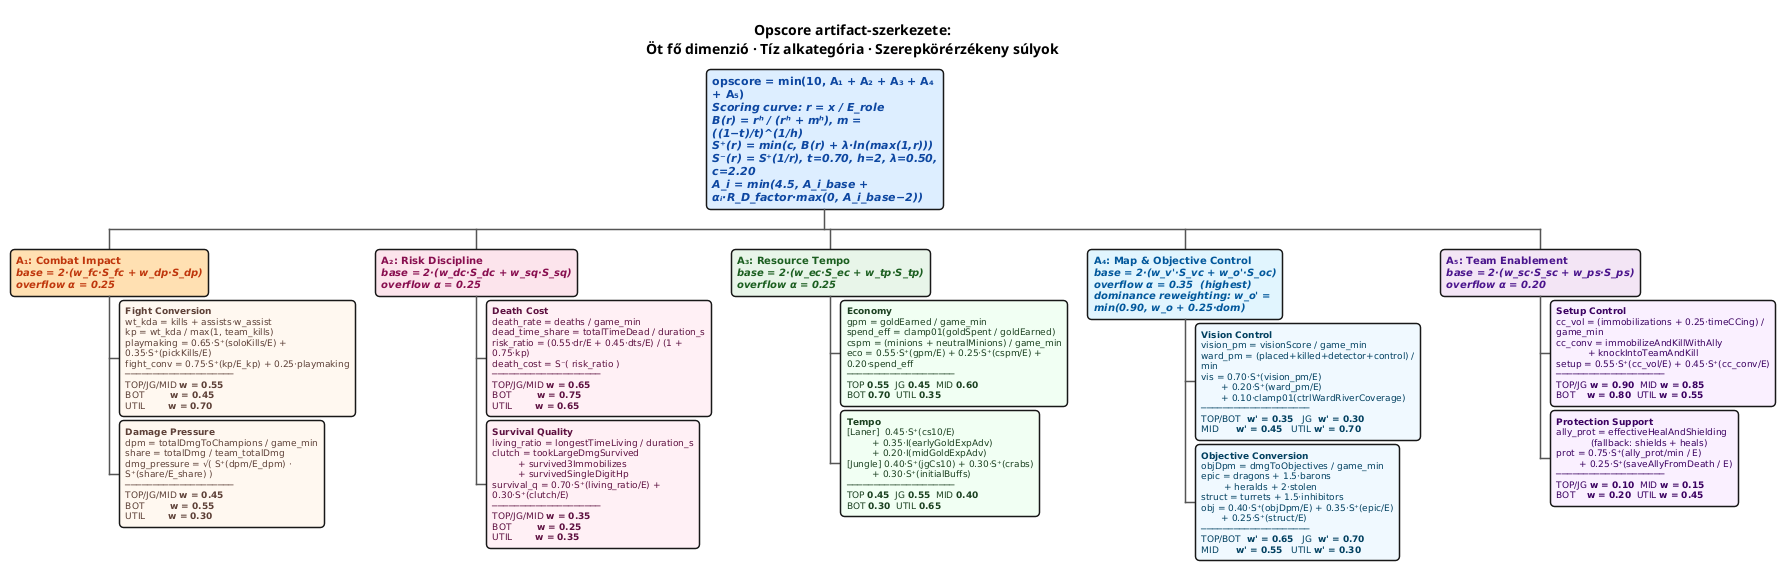
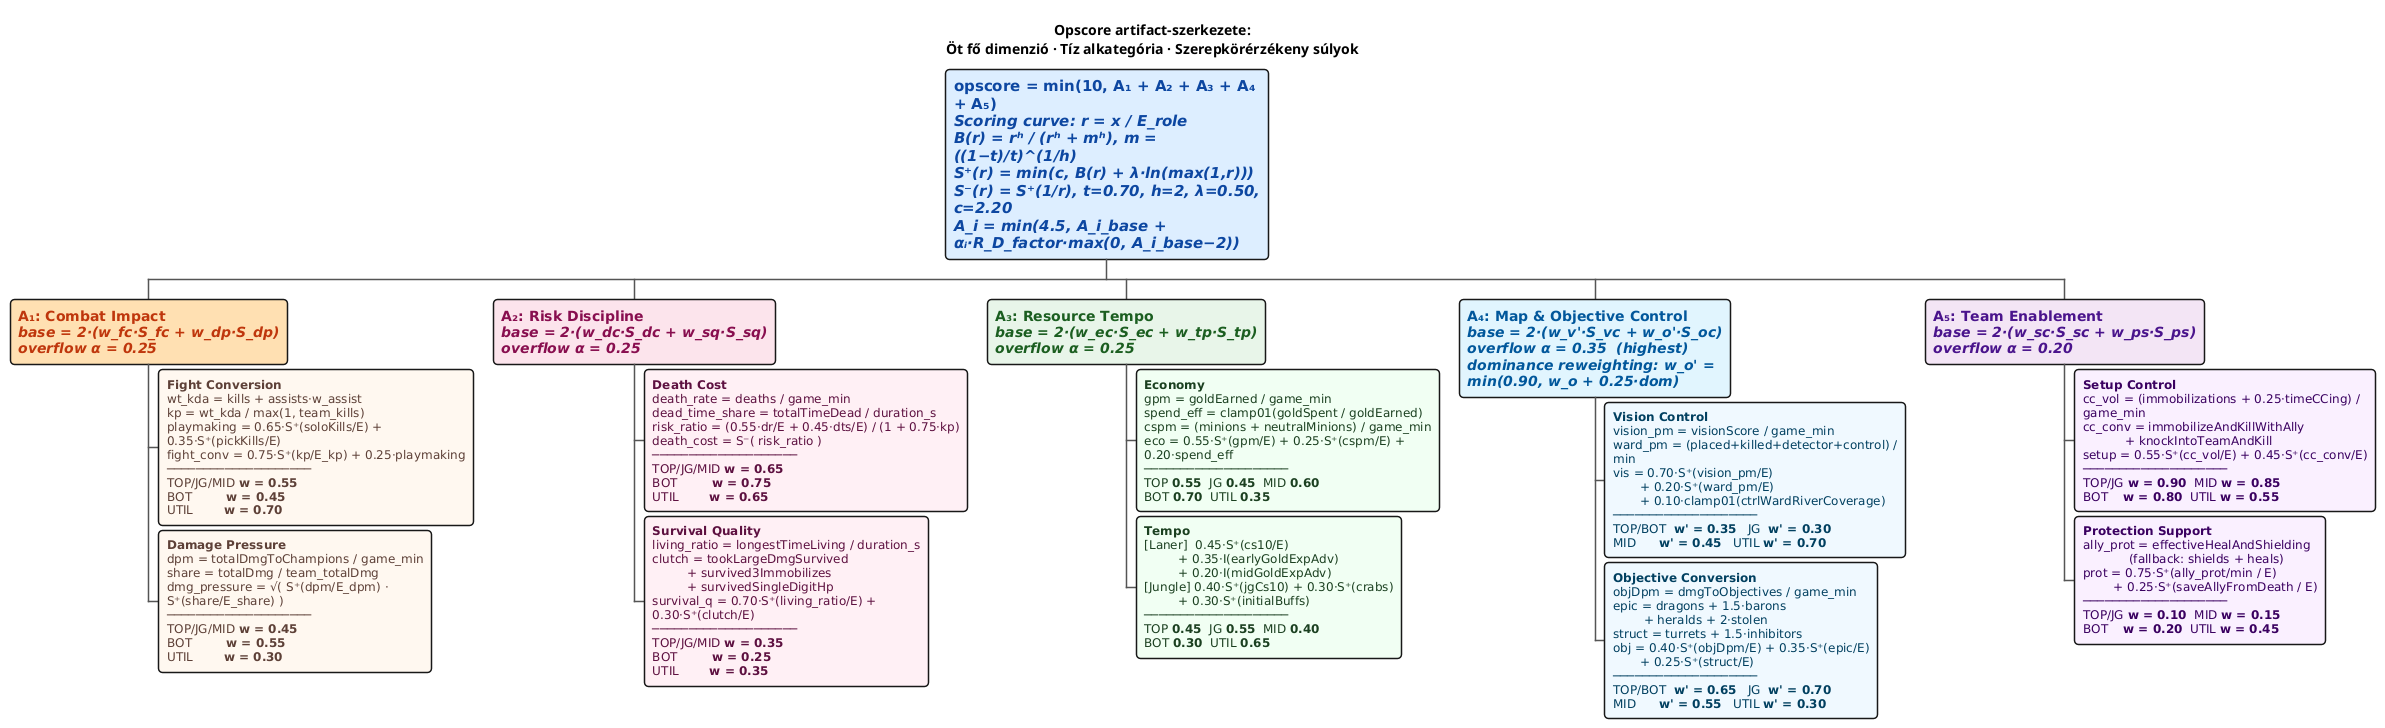
@startwbs
<style>
wbsDiagram {
  node {
    FontName "DejaVu Sans"
-     FontSize 10
-     Padding 6
-     Margin 4
+     FontSize 14
+     Padding 8
+     Margin 5
    RoundCorner 8
-     MaximumWidth 230
+     MaximumWidth 310
  }
  arrow {
    LineThickness 1.5
    LineColor #555555
  }
  .root {
    BackgroundColor #DDEEFF
    FontColor #0D47A1
-     FontSize 11
+     FontSize 15
    FontStyle bold
    BorderColor #0D47A1
    BorderThickness 2
  }
  .combat {
    BackgroundColor #FFE0B2
    FontColor #BF360C
    BorderColor #E64A19
    FontStyle bold
  }
  .risk {
    BackgroundColor #FCE4EC
    FontColor #880E4F
    BorderColor #AD1457
    FontStyle bold
  }
  .resource {
    BackgroundColor #E8F5E9
    FontColor #1B5E20
    BorderColor #388E3C
    FontStyle bold
  }
  .map {
    BackgroundColor #E1F5FE
    FontColor #01579B
    BorderColor #0288D1
    FontStyle bold
  }
  .team {
    BackgroundColor #F3E5F5
    FontColor #4A148C
    BorderColor #7B1FA2
    FontStyle bold
  }
  .sub_combat {
    BackgroundColor #FFF8F0
    FontColor #5D4037
    BorderColor #FFB74D
-     FontSize 9
+     FontSize 12
  }
  .sub_risk {
    BackgroundColor #FFF0F5
    FontColor #5D1040
    BorderColor #F48FB1
-     FontSize 9
+     FontSize 12
  }
  .sub_resource {
    BackgroundColor #F1FFF3
    FontColor #1B4020
    BorderColor #81C784
-     FontSize 9
+     FontSize 12
  }
  .sub_map {
    BackgroundColor #F0F9FF
    FontColor #014060
    BorderColor #4FC3F7
-     FontSize 9
+     FontSize 12
  }
  .sub_team {
    BackgroundColor #FAF0FF
    FontColor #3A0060
    BorderColor #CE93D8
-     FontSize 9
+     FontSize 12
  }
}
</style>

title  Opscore artifact-szerkezete:\nÖt fő dimenzió · Tíz alkategória · Szerepkörérzékeny súlyok

* <b>opscore = min(10, A₁ + A₂ + A₃ + A₄ + A₅)</b>\n<i>Scoring curve: r = x / E_role</i>\n<i>B(r) = rʰ / (rʰ + mʰ), m = ((1−t)/t)^(1/h)</i>\n<i>S⁺(r) = min(c, B(r) + λ·ln(max(1,r)))</i>\n<i>S⁻(r) = S⁺(1/r), t=0.70, h=2, λ=0.50, c=2.20</i>\n<i>A_i = min(4.5, A_i_base + αᵢ·R_D_factor·max(0, A_i_base−2))</i> <<root>>
** <b>A₁: Combat Impact</b>\n<i>base = 2·(w_fc·S_fc + w_dp·S_dp)</i>\n<i>overflow α = 0.25</i> <<combat>>
*** <b>Fight Conversion</b>\nwt_kda = kills + assists·w_assist\nkp = wt_kda / max(1, team_kills)\nplaymaking = 0.65·S⁺(soloKills/E) + 0.35·S⁺(pickKills/E)\nfight_conv = 0.75·S⁺(kp/E_kp) + 0.25·playmaking\n────────────────────\nTOP/JG/MID <b>w = 0.55</b>\nBOT         <b>w = 0.45</b>\nUTIL        <b>w = 0.70</b> <<sub_combat>>
*** <b>Damage Pressure</b>\ndpm = totalDmgToChampions / game_min\nshare = totalDmg / team_totalDmg\ndmg_pressure = √( S⁺(dpm/E_dpm) · S⁺(share/E_share) )\n────────────────────\nTOP/JG/MID <b>w = 0.45</b>\nBOT         <b>w = 0.55</b>\nUTIL        <b>w = 0.30</b> <<sub_combat>>
** <b>A₂: Risk Discipline</b>\n<i>base = 2·(w_dc·S_dc + w_sq·S_sq)</i>\n<i>overflow α = 0.25</i> <<risk>>
*** <b>Death Cost</b>\ndeath_rate = deaths / game_min\ndead_time_share = totalTimeDead / duration_s\nrisk_ratio = (0.55·dr/E + 0.45·dts/E) / (1 + 0.75·kp)\ndeath_cost = S⁻( risk_ratio )\n────────────────────\nTOP/JG/MID <b>w = 0.65</b>\nBOT         <b>w = 0.75</b>\nUTIL        <b>w = 0.65</b> <<sub_risk>>
*** <b>Survival Quality</b>\nliving_ratio = longestTimeLiving / duration_s\nclutch = tookLargeDmgSurvived\n         + survived3Immobilizes\n         + survivedSingleDigitHp\nsurvival_q = 0.70·S⁺(living_ratio/E) + 0.30·S⁺(clutch/E)\n────────────────────\nTOP/JG/MID <b>w = 0.35</b>\nBOT         <b>w = 0.25</b>\nUTIL        <b>w = 0.35</b> <<sub_risk>>
** <b>A₃: Resource Tempo</b>\n<i>base = 2·(w_ec·S_ec + w_tp·S_tp)</i>\n<i>overflow α = 0.25</i> <<resource>>
*** <b>Economy</b>\ngpm = goldEarned / game_min\nspend_eff = clamp01(goldSpent / goldEarned)\ncspm = (minions + neutralMinions) / game_min\neco = 0.55·S⁺(gpm/E) + 0.25·S⁺(cspm/E) + 0.20·spend_eff\n────────────────────\nTOP <b>0.55</b>  JG <b>0.45</b>  MID <b>0.60</b>\nBOT <b>0.70</b>  UTIL <b>0.35</b> <<sub_resource>>
*** <b>Tempo</b>\n[Laner]  0.45·S⁺(cs10/E)\n         + 0.35·I(earlyGoldExpAdv)\n         + 0.20·I(midGoldExpAdv)\n[Jungle] 0.40·S⁺(jgCs10) + 0.30·S⁺(crabs)\n         + 0.30·S⁺(initialBuffs)\n────────────────────\nTOP <b>0.45</b>  JG <b>0.55</b>  MID <b>0.40</b>\nBOT <b>0.30</b>  UTIL <b>0.65</b> <<sub_resource>>
** <b>A₄: Map & Objective Control</b>\n<i>base = 2·(w_v'·S_vc + w_o'·S_oc)</i>\n<i>overflow α = 0.35  (highest)</i>\n<i>dominance reweighting: w_o' = min(0.90, w_o + 0.25·dom)</i> <<map>>
*** <b>Vision Control</b>\nvision_pm = visionScore / game_min\nward_pm = (placed+killed+detector+control) / min\nvis = 0.70·S⁺(vision_pm/E)\n       + 0.20·S⁺(ward_pm/E)\n       + 0.10·clamp01(ctrlWardRiverCoverage)\n────────────────────\nTOP/BOT  <b>w' = 0.35</b>   JG  <b>w' = 0.30</b>\nMID      <b>w' = 0.45</b>   UTIL <b>w' = 0.70</b> <<sub_map>>
*** <b>Objective Conversion</b>\nobjDpm = dmgToObjectives / game_min\nepic = dragons + 1.5·barons\n        + heralds + 2·stolen\nstruct = turrets + 1.5·inhibitors\nobj = 0.40·S⁺(objDpm/E) + 0.35·S⁺(epic/E)\n       + 0.25·S⁺(struct/E)\n────────────────────\nTOP/BOT  <b>w' = 0.65</b>   JG  <b>w' = 0.70</b>\nMID      <b>w' = 0.55</b>   UTIL <b>w' = 0.30</b> <<sub_map>>
** <b>A₅: Team Enablement</b>\n<i>base = 2·(w_sc·S_sc + w_ps·S_ps)</i>\n<i>overflow α = 0.20</i> <<team>>
*** <b>Setup Control</b>\ncc_vol = (immobilizations + 0.25·timeCCing) / game_min\ncc_conv = immobilizeAndKillWithAlly\n           + knockIntoTeamAndKill\nsetup = 0.55·S⁺(cc_vol/E) + 0.45·S⁺(cc_conv/E)\n────────────────────\nTOP/JG <b>w = 0.90</b>  MID <b>w = 0.85</b>\nBOT    <b>w = 0.80</b>  UTIL <b>w = 0.55</b> <<sub_team>>
*** <b>Protection Support</b>\nally_prot = effectiveHealAndShielding\n            (fallback: shields + heals)\nprot = 0.75·S⁺(ally_prot/min / E)\n        + 0.25·S⁺(saveAllyFromDeath / E)\n────────────────────\nTOP/JG <b>w = 0.10</b>  MID <b>w = 0.15</b>\nBOT    <b>w = 0.20</b>  UTIL <b>w = 0.45</b> <<sub_team>>
@endwbs